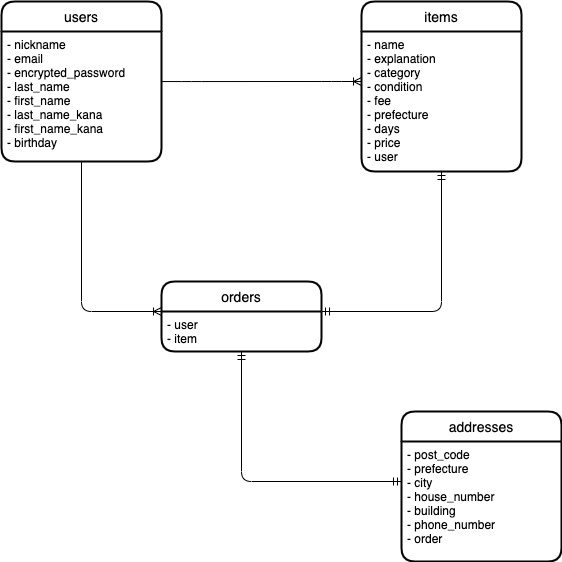
This is ERdiagram.drawio.png from orange-soba/furima-39531, a draw.io export, as it was before one commit. Source tidied: cells renumbered, new cells last; positions are measured from the earlier drawing's top-left corner, leaving out a move shared by most shapes.
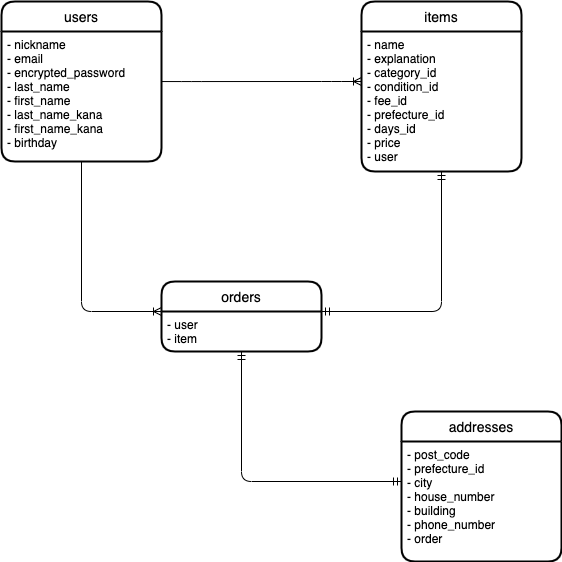
Later version of the same file.

Commit message:
ActiveHashに関係するカラムの修正

What changed in the source:
```diff
@@ -11,7 +11,7 @@
     <mxCell id="4" value="items" style="swimlane;horizontal=1;startSize=30;rounded=1;fontSize=14;fontStyle=0;strokeWidth=2;shadow=0;dashed=0;align=center;" parent="1" vertex="1">
       <mxGeometry x="360" width="160" height="170" as="geometry" />
     </mxCell>
-    <mxCell id="5" value="- name&#10;- explanation&#10;- category&#10;- condition&#10;- fee&#10;- prefecture&#10;- days&#10;- price&#10;- user" style="align=left;strokeColor=none;fillColor=none;spacingLeft=4;fontSize=12;verticalAlign=top;" parent="4" vertex="1">
+    <mxCell id="5" value="- name&#10;- explanation&#10;- category_id&#10;- condition_id&#10;- fee_id&#10;- prefecture_id&#10;- days_id&#10;- price&#10;- user" style="align=left;strokeColor=none;fillColor=none;spacingLeft=4;fontSize=12;verticalAlign=top;" parent="4" vertex="1">
       <mxGeometry y="30" width="160" height="140" as="geometry" />
     </mxCell>
     <mxCell id="6" style="edgeStyle=entityRelationEdgeStyle;fontSize=12;html=1;endArrow=ERoneToMany;exitX=1;exitY=0.385;exitDx=0;exitDy=0;exitPerimeter=0;" parent="1" edge="1" source="3">
@@ -22,7 +22,7 @@
     <mxCell id="7" value="addresses" style="swimlane;horizontal=1;startSize=30;rounded=1;fontSize=14;fontStyle=0;strokeWidth=2;shadow=0;dashed=0;align=center;" parent="1" vertex="1">
       <mxGeometry x="400" y="410" width="160" height="150" as="geometry" />
     </mxCell>
-    <mxCell id="8" value="- post_code&#10;- prefecture&#10;- city&#10;- house_number&#10;- building&#10;- phone_number&#10;- order" style="align=left;strokeColor=none;fillColor=none;spacingLeft=4;fontSize=12;verticalAlign=top;" parent="7" vertex="1">
+    <mxCell id="8" value="- post_code&#10;- prefecture_id&#10;- city&#10;- house_number&#10;- building&#10;- phone_number&#10;- order" style="align=left;strokeColor=none;fillColor=none;spacingLeft=4;fontSize=12;verticalAlign=top;" parent="7" vertex="1">
       <mxGeometry y="30" width="160" height="120" as="geometry" />
     </mxCell>
     <mxCell id="9" value="orders" style="swimlane;horizontal=1;startSize=30;rounded=1;fontSize=14;fontStyle=0;strokeWidth=2;shadow=0;dashed=0;align=center;" parent="1" vertex="1">
```
